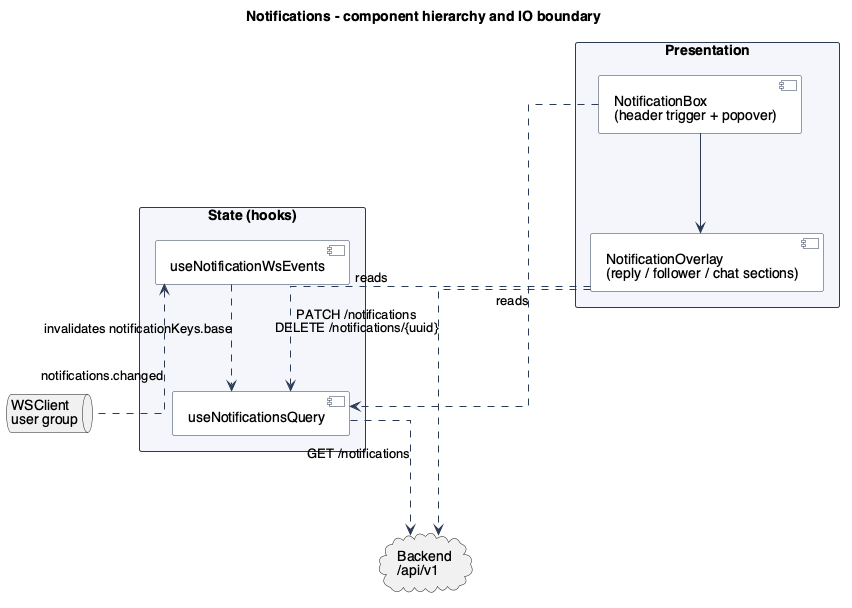
Above: text/diagrams/FrontendNotifications.png in ddrddrr/musikk (PlantUML), before the change.
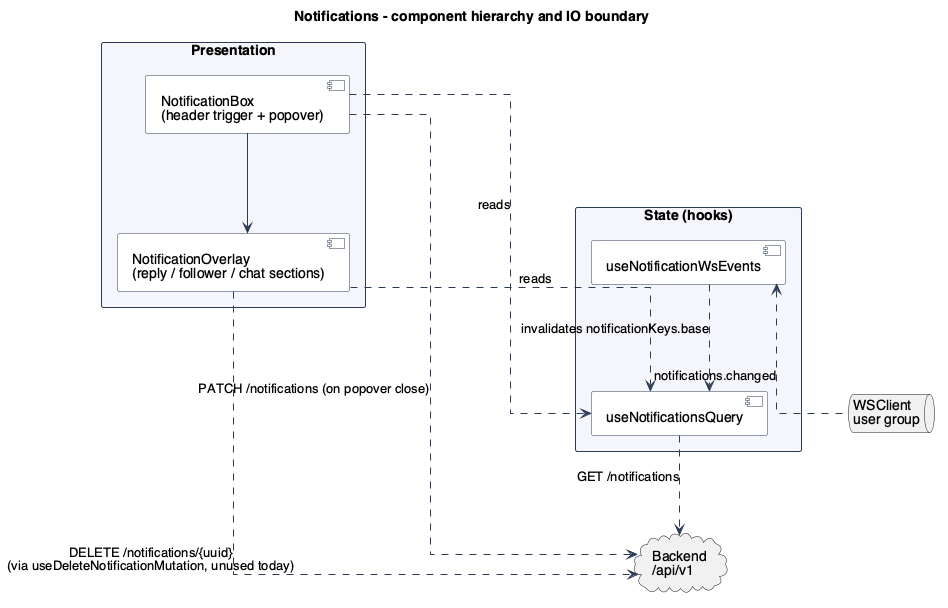
After the change.

Change to the diagram source:
```diff
@@ -23,7 +23,8 @@
 queue "WSClient\nuser group" as ws
 
 use_notifications_query ..> backend : GET /notifications
-notification_overlay ..> backend : PATCH /notifications\nDELETE /notifications/{uuid}
+notification_box ..> backend : PATCH /notifications (on popover close)
+notification_overlay ..> backend : DELETE /notifications/{uuid}\n(via useDeleteNotificationMutation, unused today)
 
 notifications_ws <.. ws : notifications.changed
 notifications_ws ..> use_notifications_query : invalidates notificationKeys.base
```
